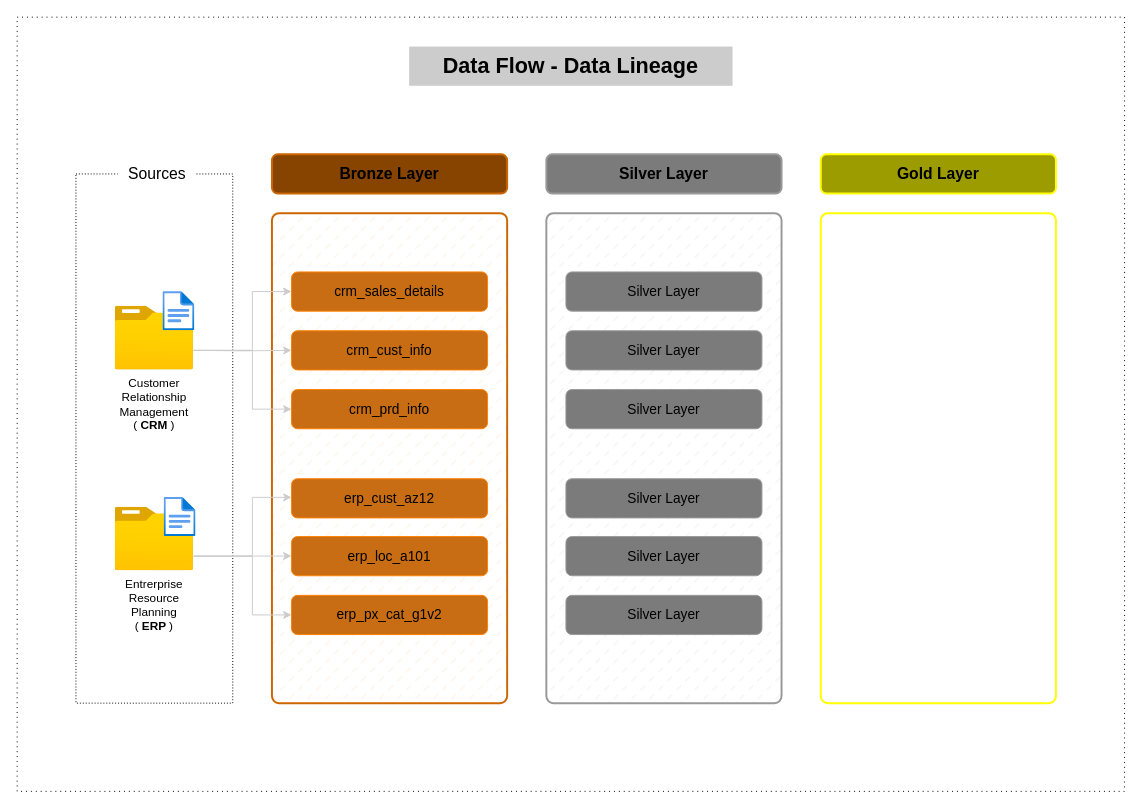
The draw.io diagram Docs/Data_flow.drawio in Ivapo/Data-warehouse-PostgreSQL, before the edit. Source tidied: cells renumbered, new cells numbered last; positions are measured from the earlier drawing's top-left corner, leaving out a move shared by most shapes. Both pictures are drawn from the tidied source at 98%, with x=0, y=0 at pixel (17, 17).
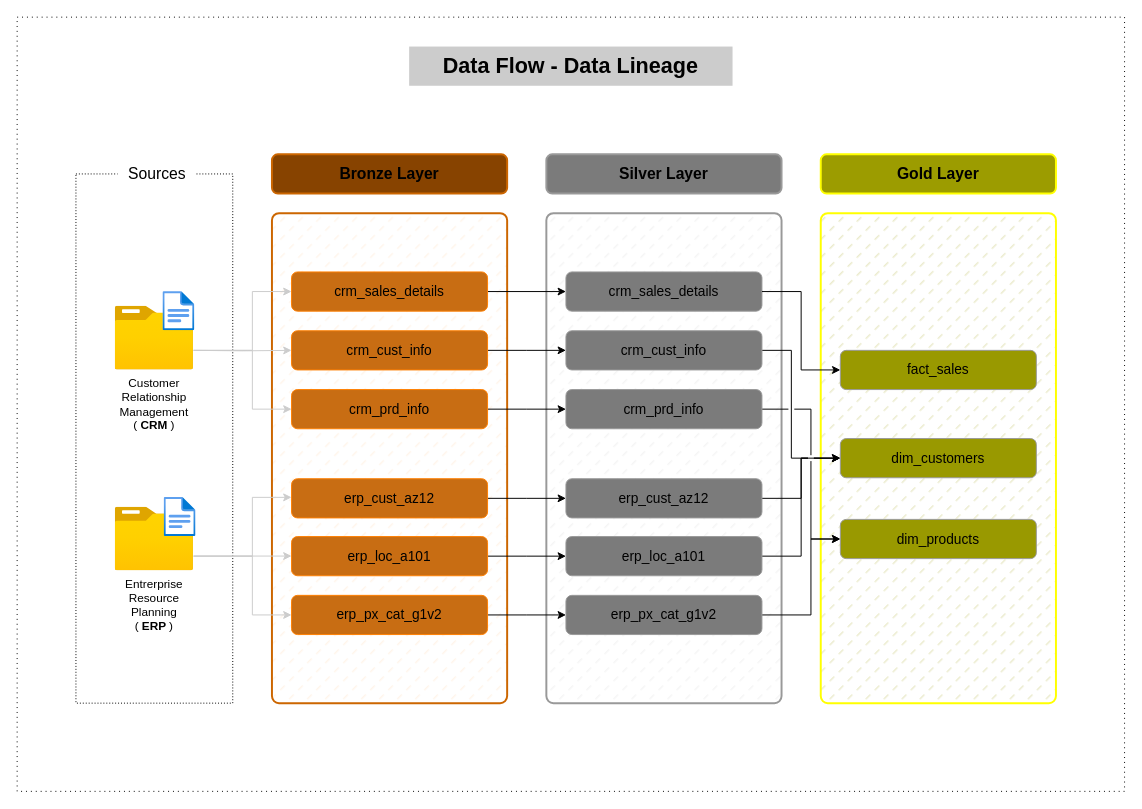
Above is the later version.

The change refers to these unchanged cells:
```xml
<mxCell id="16" value="crm_sales_details" style="rounded=1;whiteSpace=wrap;html=1;fontSize=14;strokeColor=#FF7F00;fillColor=light-dark(#C86D13,#C86400);fontColor=#000000;" parent="1" vertex="1">
  <mxGeometry x="280" y="260" width="200" height="40" as="geometry" />
</mxCell>
<mxCell id="17" value="crm_cust_info" style="rounded=1;whiteSpace=wrap;html=1;fontSize=14;strokeColor=#FF7F00;fillColor=light-dark(#C86D13,#C86400);fontColor=#000000;" parent="1" vertex="1">
  <mxGeometry x="280" y="320" width="200" height="40" as="geometry" />
</mxCell>
<mxCell id="18" value="crm_prd_info" style="rounded=1;whiteSpace=wrap;html=1;fontSize=14;strokeColor=#FF7F00;fillColor=light-dark(#C86D13,#C86400);fontColor=#000000;" parent="1" vertex="1">
  <mxGeometry x="280" y="380" width="200" height="40" as="geometry" />
</mxCell>
<mxCell id="19" value="erp_cust_az12" style="rounded=1;whiteSpace=wrap;html=1;fontSize=14;strokeColor=#FF7F00;fillColor=light-dark(#C86D13,#C86400);fontColor=#000000;" parent="1" vertex="1">
  <mxGeometry x="280" y="471" width="200" height="40" as="geometry" />
</mxCell>
<mxCell id="20" value="erp_loc_a101" style="rounded=1;whiteSpace=wrap;html=1;fontSize=14;strokeColor=#FF7F00;fillColor=light-dark(#C86D13,#C86400);fontColor=#000000;" parent="1" vertex="1">
  <mxGeometry x="280" y="530" width="200" height="40" as="geometry" />
</mxCell>
<mxCell id="21" value="erp_px_cat_g1v2" style="rounded=1;whiteSpace=wrap;html=1;fontSize=14;strokeColor=#FF7F00;fillColor=light-dark(#C86D13,#C86400);fontColor=#000000;" parent="1" vertex="1">
  <mxGeometry x="280" y="590" width="200" height="40" as="geometry" />
</mxCell>
```

Diff of the diagram source:
```diff
@@
-    <mxCell id="15" style="rounded=1;whiteSpace=wrap;html=1;arcSize=3;strokeWidth=2;strokeColor=#FFFF00;fillColor=none;" parent="1" vertex="1">
+    <mxCell id="15" style="rounded=1;whiteSpace=wrap;html=1;arcSize=3;strokeWidth=2;strokeColor=#FFFF00;fillColor=#999900;fillStyle=dashed;fillOpacity=20;" parent="1" vertex="1">
       <mxGeometry x="820" y="200" width="240" height="500" as="geometry" />
     </mxCell>
+    <mxCell id="35" style="edgeStyle=orthogonalEdgeStyle;rounded=0;jettySize=auto;html=1;entryX=0;entryY=0.5;entryDx=0;entryDy=0;" parent="1" edge="1" source="16" target="29">
+      <mxGeometry relative="1" as="geometry" />
+    </mxCell>
@@
+    <mxCell id="36" style="edgeStyle=orthogonalEdgeStyle;rounded=0;jettySize=auto;html=1;" parent="1" edge="1" source="17">
+      <mxGeometry relative="1" as="geometry">
+        <mxPoint x="560" y="340" as="targetPoint" />
+      </mxGeometry>
+    </mxCell>
@@
+    <mxCell id="37" style="edgeStyle=orthogonalEdgeStyle;rounded=0;jettySize=auto;html=1;" parent="1" edge="1" source="18">
+      <mxGeometry relative="1" as="geometry">
+        <mxPoint x="560" y="400" as="targetPoint" />
+      </mxGeometry>
+    </mxCell>
@@
+    <mxCell id="38" style="edgeStyle=orthogonalEdgeStyle;rounded=0;jettySize=auto;html=1;" parent="1" edge="1" source="19">
+      <mxGeometry relative="1" as="geometry">
+        <mxPoint x="560" y="491" as="targetPoint" />
+      </mxGeometry>
+    </mxCell>
@@
+    <mxCell id="39" style="edgeStyle=orthogonalEdgeStyle;rounded=0;jettySize=auto;html=1;" parent="1" edge="1" source="20">
+      <mxGeometry relative="1" as="geometry">
+        <mxPoint x="560" y="550" as="targetPoint" />
+      </mxGeometry>
+    </mxCell>
@@
+    <mxCell id="40" style="edgeStyle=orthogonalEdgeStyle;rounded=0;jettySize=auto;html=1;" parent="1" edge="1" source="21">
+      <mxGeometry relative="1" as="geometry">
+        <mxPoint x="560" y="610" as="targetPoint" />
+      </mxGeometry>
+    </mxCell>
@@
-    <mxCell id="29" value="Silver Layer" style="rounded=1;whiteSpace=wrap;html=1;strokeWidth=1;strokeColor=#999999;fillColor=#7B7B7B;fontSize=14;fontStyle=0;fontColor=#000000;" parent="1" vertex="1">
+    <mxCell id="29" value="crm_sales_details" style="rounded=1;whiteSpace=wrap;html=1;strokeWidth=1;strokeColor=#999999;fillColor=#7B7B7B;fontSize=14;fontStyle=0;fontColor=#000000;" parent="1" vertex="1">
       <mxGeometry x="560" y="260" width="200" height="40" as="geometry" />
     </mxCell>
+    <mxCell id="41" style="edgeStyle=orthogonalEdgeStyle;rounded=0;jettySize=auto;html=1;entryX=0;entryY=0.5;entryDx=0;entryDy=0;" parent="1" edge="1" source="30" target="47">
+      <mxGeometry relative="1" as="geometry">
+        <Array as="points">
+          <mxPoint x="790" y="340" />
+          <mxPoint x="790" y="450" />
+        </Array>
+      </mxGeometry>
+    </mxCell>
-    <mxCell id="30" value="Silver Layer" style="rounded=1;whiteSpace=wrap;html=1;strokeWidth=1;strokeColor=#999999;fillColor=#7B7B7B;fontSize=14;fontStyle=0;fontColor=#000000;" parent="1" vertex="1">
+    <mxCell id="30" value="crm_cust_info" style="rounded=1;whiteSpace=wrap;html=1;strokeWidth=1;strokeColor=#999999;fillColor=#7B7B7B;fontSize=14;fontStyle=0;fontColor=#000000;" parent="1" vertex="1">
       <mxGeometry x="560" y="320" width="200" height="40" as="geometry" />
     </mxCell>
+    <mxCell id="42" style="edgeStyle=orthogonalEdgeStyle;rounded=0;jettySize=auto;html=1;entryX=0;entryY=0.5;entryDx=0;entryDy=0;jumpStyle=gap;" parent="1" edge="1" source="31" target="48">
+      <mxGeometry relative="1" as="geometry">
+        <Array as="points">
+          <mxPoint x="810" y="400" />
+          <mxPoint x="810" y="532" />
+          <mxPoint x="840" y="532" />
+        </Array>
+      </mxGeometry>
+    </mxCell>
-    <mxCell id="31" value="Silver Layer" style="rounded=1;whiteSpace=wrap;html=1;strokeWidth=1;strokeColor=#999999;fillColor=#7B7B7B;fontSize=14;fontStyle=0;fontColor=#000000;" parent="1" vertex="1">
+    <mxCell id="31" value="crm_prd_info" style="rounded=1;whiteSpace=wrap;html=1;strokeWidth=1;strokeColor=#999999;fillColor=#7B7B7B;fontSize=14;fontStyle=0;fontColor=#000000;" parent="1" vertex="1">
       <mxGeometry x="560" y="380" width="200" height="40" as="geometry" />
     </mxCell>
+    <mxCell id="43" style="edgeStyle=orthogonalEdgeStyle;rounded=0;jettySize=auto;html=1;entryX=0;entryY=0.5;entryDx=0;entryDy=0;jumpStyle=gap;" parent="1" edge="1" source="32" target="47">
+      <mxGeometry relative="1" as="geometry">
+        <Array as="points">
+          <mxPoint x="800" y="491" />
+          <mxPoint x="800" y="450" />
+        </Array>
+      </mxGeometry>
+    </mxCell>
-    <mxCell id="32" value="Silver Layer" style="rounded=1;whiteSpace=wrap;html=1;strokeWidth=1;strokeColor=#999999;fillColor=#7B7B7B;fontSize=14;fontStyle=0;fontColor=#000000;" parent="1" vertex="1">
+    <mxCell id="32" value="erp_cust_az12" style="rounded=1;whiteSpace=wrap;html=1;strokeWidth=1;strokeColor=#999999;fillColor=#7B7B7B;fontSize=14;fontStyle=0;fontColor=#000000;" parent="1" vertex="1">
       <mxGeometry x="560" y="471" width="200" height="40" as="geometry" />
     </mxCell>
+    <mxCell id="44" style="edgeStyle=orthogonalEdgeStyle;rounded=0;jettySize=auto;html=1;entryX=0;entryY=0.5;entryDx=0;entryDy=0;jumpStyle=gap;" parent="1" edge="1" source="33" target="47">
+      <mxGeometry relative="1" as="geometry">
+        <Array as="points">
+          <mxPoint x="800" y="550" />
+          <mxPoint x="800" y="450" />
+        </Array>
+      </mxGeometry>
+    </mxCell>
-    <mxCell id="33" value="Silver Layer" style="rounded=1;whiteSpace=wrap;html=1;strokeWidth=1;strokeColor=#999999;fillColor=#7B7B7B;fontSize=14;fontStyle=0;fontColor=#000000;" parent="1" vertex="1">
+    <mxCell id="33" value="erp_loc_a101" style="rounded=1;whiteSpace=wrap;html=1;strokeWidth=1;strokeColor=#999999;fillColor=#7B7B7B;fontSize=14;fontStyle=0;fontColor=#000000;" parent="1" vertex="1">
       <mxGeometry x="560" y="530" width="200" height="40" as="geometry" />
     </mxCell>
+    <mxCell id="45" style="edgeStyle=orthogonalEdgeStyle;rounded=0;jettySize=auto;html=1;entryX=0;entryY=0.5;entryDx=0;entryDy=0;" parent="1" edge="1" source="34" target="48">
+      <mxGeometry relative="1" as="geometry">
+        <Array as="points">
+          <mxPoint x="810" y="610" />
+          <mxPoint x="810" y="532" />
+          <mxPoint x="840" y="532" />
+        </Array>
+      </mxGeometry>
+    </mxCell>
-    <mxCell id="34" value="Silver Layer" style="rounded=1;whiteSpace=wrap;html=1;strokeWidth=1;strokeColor=#999999;fillColor=#7B7B7B;fontSize=14;fontStyle=0;fontColor=#000000;" parent="1" vertex="1">
+    <mxCell id="34" value="erp_px_cat_g1v2" style="rounded=1;whiteSpace=wrap;html=1;strokeWidth=1;strokeColor=#999999;fillColor=#7B7B7B;fontSize=14;fontStyle=0;fontColor=#000000;" parent="1" vertex="1">
       <mxGeometry x="560" y="590" width="200" height="40" as="geometry" />
     </mxCell>
+    <mxCell id="46" value="fact_sales" style="rounded=1;whiteSpace=wrap;html=1;strokeWidth=1;strokeColor=#999999;fillColor=#999900;fontSize=14;fontStyle=0;fontColor=#000000;" parent="1" vertex="1">
+      <mxGeometry x="840" y="340" width="200" height="40" as="geometry" />
+    </mxCell>
+    <mxCell id="47" value="dim_customers" style="rounded=1;whiteSpace=wrap;html=1;strokeWidth=1;strokeColor=#999999;fillColor=#999900;fontSize=14;fontStyle=0;fontColor=#000000;" parent="1" vertex="1">
+      <mxGeometry x="840" y="430" width="200" height="40" as="geometry" />
+    </mxCell>
+    <mxCell id="48" value="dim_products" style="rounded=1;whiteSpace=wrap;html=1;strokeWidth=1;strokeColor=#999999;fillColor=#999900;fontSize=14;fontStyle=0;fontColor=#000000;" parent="1" vertex="1">
+      <mxGeometry x="840" y="512.5" width="200" height="40" as="geometry" />
+    </mxCell>
+    <mxCell id="49" style="edgeStyle=orthogonalEdgeStyle;rounded=0;jettySize=auto;html=1;exitX=1;exitY=0.5;exitDx=0;exitDy=0;" parent="1" edge="1" source="29">
+      <mxGeometry relative="1" as="geometry">
+        <mxPoint x="840" y="360" as="targetPoint" />
+        <Array as="points">
+          <mxPoint x="800" y="280" />
+          <mxPoint x="800" y="360" />
+          <mxPoint x="840" y="360" />
+        </Array>
+      </mxGeometry>
+    </mxCell>
```
